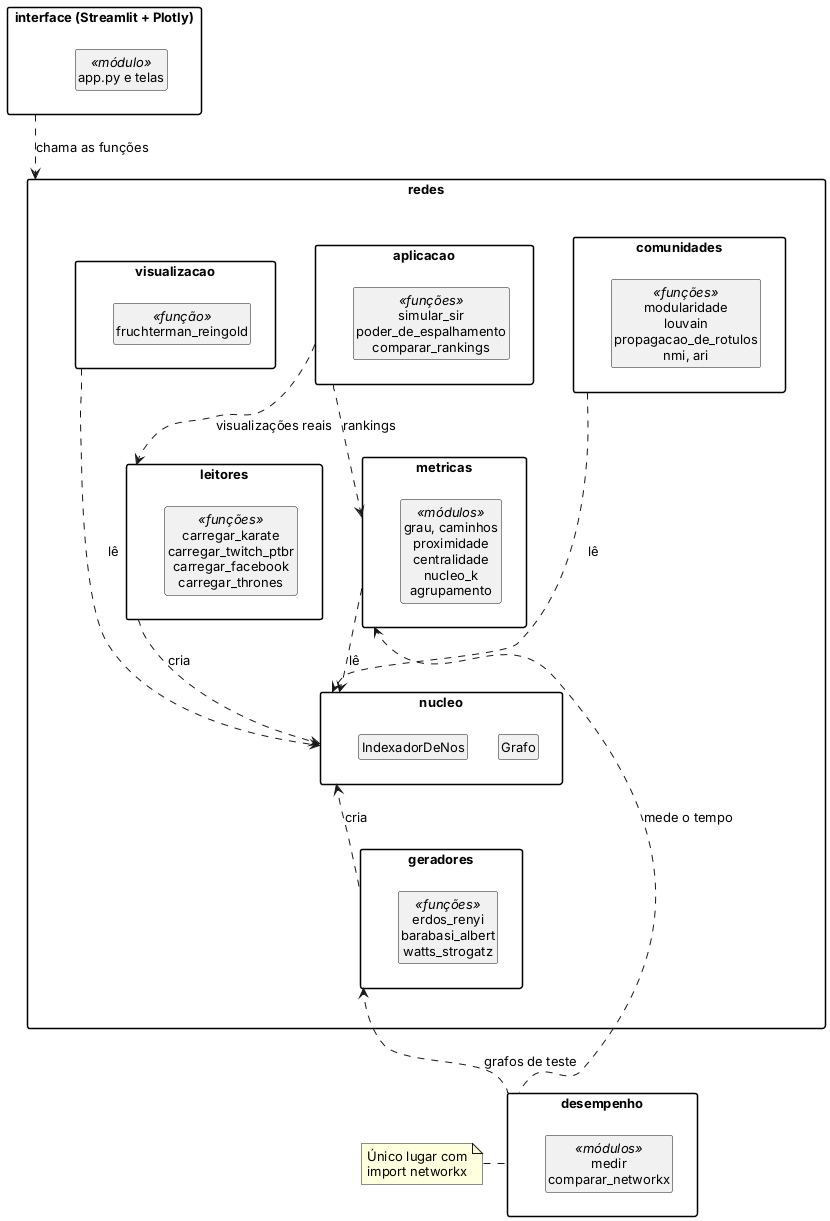
The PlantUML diagram documentos/uml/pacotes.png in ofazax/tp-grafos-redes-sociais, before a commit. The source it was exported from:
```plantuml
@startuml pacotes

skinparam packageStyle rectangle
skinparam shadowing false
skinparam defaultFontName Arial
skinparam defaultFontSize 13
skinparam ranksep 40
skinparam nodesep 30
hide empty members
hide circle

package "interface (Streamlit + Plotly)" as interface {
  class "app.py e telas" as telas <<módulo>>
}

package "redes" as redes {
  package "aplicacao" as aplicacao {
    class "simular_sir\npoder_de_espalhamento\ncomparar_rankings" as f_aplicacao <<funções>>
  }
  package "comunidades" as comunidades {
    class "modularidade\nlouvain\npropagacao_de_rotulos\nnmi, ari" as f_comunidades <<funções>>
  }
  package "visualizacao" as visualizacao {
    class "fruchterman_reingold" as f_visualizacao <<função>>
  }
  package "metricas" as metricas {
    class "grau, caminhos\nproximidade\ncentralidade\nnucleo_k\nagrupamento" as f_metricas <<módulos>>
  }
  package "leitores" as leitores {
    class "carregar_karate\ncarregar_twitch_ptbr\ncarregar_facebook\ncarregar_thrones" as f_leitores <<funções>>
  }
  package "nucleo" as nucleo {
    class Grafo
    class IndexadorDeNos
  }
  package "geradores" as geradores {
    class "erdos_renyi\nbarabasi_albert\nwatts_strogatz" as f_geradores <<funções>>
  }
}

package "desempenho" as desempenho {
  class "medir\ncomparar_networkx" as f_desempenho <<módulos>>
}

interface .down.> redes : chama as funções

aplicacao .down.> metricas : rankings
aplicacao .down.> leitores : visualizações reais
comunidades .down.> nucleo : lê
visualizacao .down.> nucleo : lê
metricas .down.> nucleo : lê
leitores .down.> nucleo : cria
geradores .up.> nucleo : cria
desempenho .up.> geradores : grafos de teste
desempenho .up.> metricas : mede o tempo

comunidades -[hidden]down- metricas
visualizacao -[hidden]down- leitores

note left of desempenho
  Único lugar com
  import networkx
end note
@enduml
```
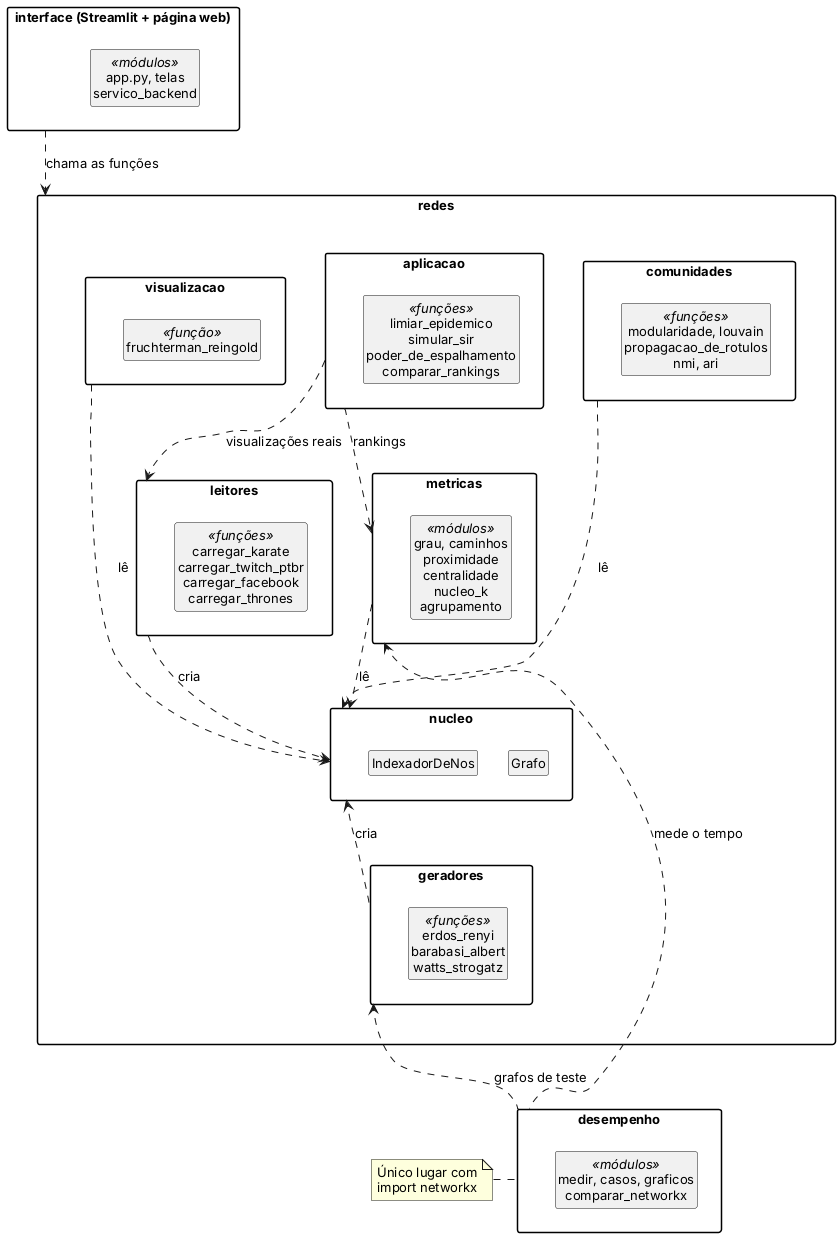
The same file after the commit.

Commit message:
docs: atualiza o diagrama de pacotes com a interface e os módulos atuais

Change to the diagram source:
```diff
@@ -9,16 +9,16 @@
 hide empty members
 hide circle
 
-package "interface (Streamlit + Plotly)" as interface {
-  class "app.py e telas" as telas <<módulo>>
+package "interface (Streamlit + página web)" as interface {
+  class "app.py, telas\nservico_backend" as telas <<módulos>>
 }
 
 package "redes" as redes {
   package "aplicacao" as aplicacao {
-    class "simular_sir\npoder_de_espalhamento\ncomparar_rankings" as f_aplicacao <<funções>>
+    class "limiar_epidemico\nsimular_sir\npoder_de_espalhamento\ncomparar_rankings" as f_aplicacao <<funções>>
   }
   package "comunidades" as comunidades {
-    class "modularidade\nlouvain\npropagacao_de_rotulos\nnmi, ari" as f_comunidades <<funções>>
+    class "modularidade, louvain\npropagacao_de_rotulos\nnmi, ari" as f_comunidades <<funções>>
   }
   package "visualizacao" as visualizacao {
     class "fruchterman_reingold" as f_visualizacao <<função>>
@@ -39,7 +39,7 @@
 }
 
 package "desempenho" as desempenho {
-  class "medir\ncomparar_networkx" as f_desempenho <<módulos>>
+  class "medir, casos, graficos\ncomparar_networkx" as f_desempenho <<módulos>>
 }
 
 interface .down.> redes : chama as funções
```
